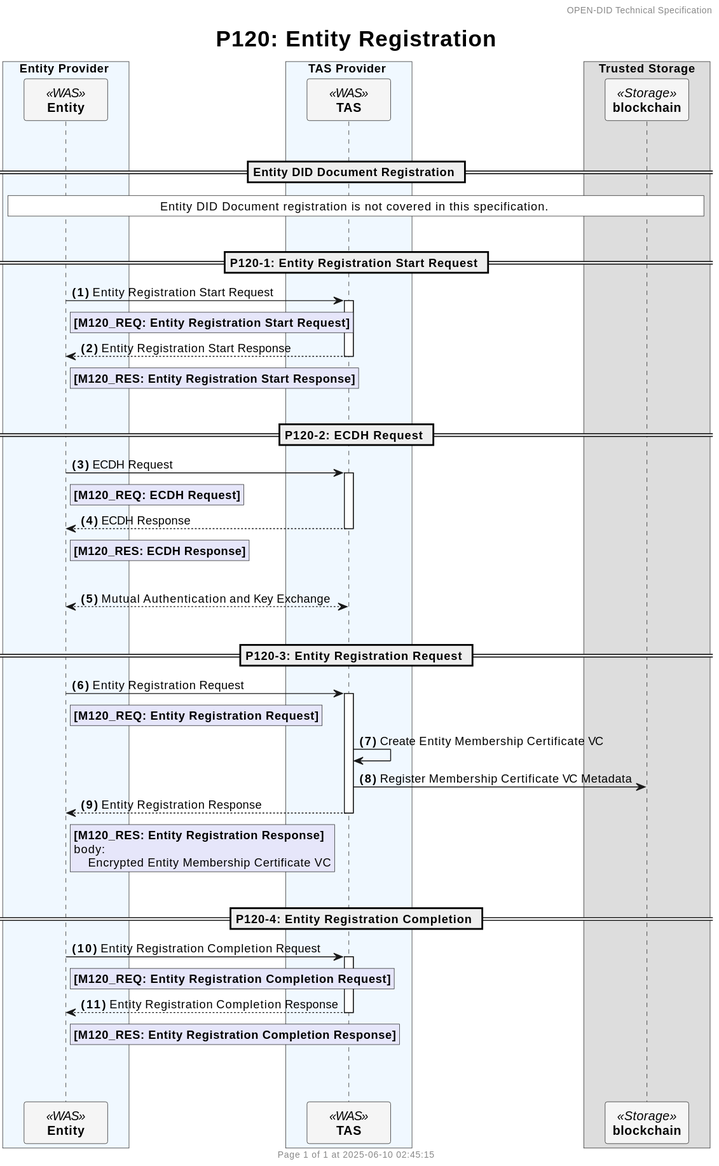
OmniOneID/did-doc-architecture keeps this PlantUML diagram as docs/sequence/simple/images/P120_register_entity_simple.svg. Above is the earlier version. Its diagram source:
```plantuml
@startuml
header OPEN-DID Technical Specification
footer
  	Page %page% of %lastpage% at %date("yyyy-MM-dd hh:mm:ss")
end footer

title
	<size:25>P120: Entity Registration</size>
end title

autonumber "<b>(#)</b>"

skinparam ParticipantPadding 20
skinparam BoxPadding 2
skinparam MaxMessageSize 500
skinparam MinClassWidth 80


box Entity Provider #AliceBlue
    participant "**Entity**" as ENT <<WAS>> #WhiteSmoke
end box

box TAS Provider #AliceBlue
    participant "**TAS**" as TAS <<WAS>> #WhiteSmoke
end box

box Trusted Storage
    participant "**blockchain**" as BC <<Storage>> #WhiteSmoke
end box

!$refdoc = "Refer to separate document"
!$doc = "Refer to data specification document"


|||

== Entity DID Document Registration ==
rnote across #white
    Entity DID Document registration is not covered in this specification.
end note

|||

== P120-1: Entity Registration Start Request ==
ENT -> TAS++ : Entity Registration Start Request
rnote right of ENT #Lavender
    **[M120_REQ: Entity Registration Start Request]**
end note

TAS --> ENT--: Entity Registration Start Response
rnote right of ENT #Lavender
    **[M120_RES: Entity Registration Start Response]**
end note

|||
== P120-2: ECDH Request ==
ENT -> TAS++ : ECDH Request
rnote right of ENT #Lavender
    **[M120_REQ: ECDH Request]**
end note

TAS --> ENT--: ECDH Response
rnote right of ENT #Lavender
    **[M120_RES: ECDH Response]**
end note

|||
ENT <--> TAS : Mutual Authentication and Key Exchange

|||
== P120-3: Entity Registration Request ==
ENT -> TAS++ : Entity Registration Request
rnote right of ENT #Lavender
    **[M120_REQ: Entity Registration Request]**
end note

TAS -> TAS: Create Entity Membership Certificate VC
TAS -> BC : Register Membership Certificate VC Metadata

TAS --> ENT--: Entity Registration Response
rnote right of ENT #Lavender
    **[M120_RES: Entity Registration Response]**
    body:
        Encrypted Entity Membership Certificate VC
end note

|||
== P120-4: Entity Registration Completion ==
ENT -> TAS++ : Entity Registration Completion Request
rnote right of ENT #Lavender
    **[M120_REQ: Entity Registration Completion Request]**
end note

TAS --> ENT--: Entity Registration Completion Response
rnote right of ENT #Lavender
    **[M120_RES: Entity Registration Completion Response]**
end note

|||
|||
@enduml
```
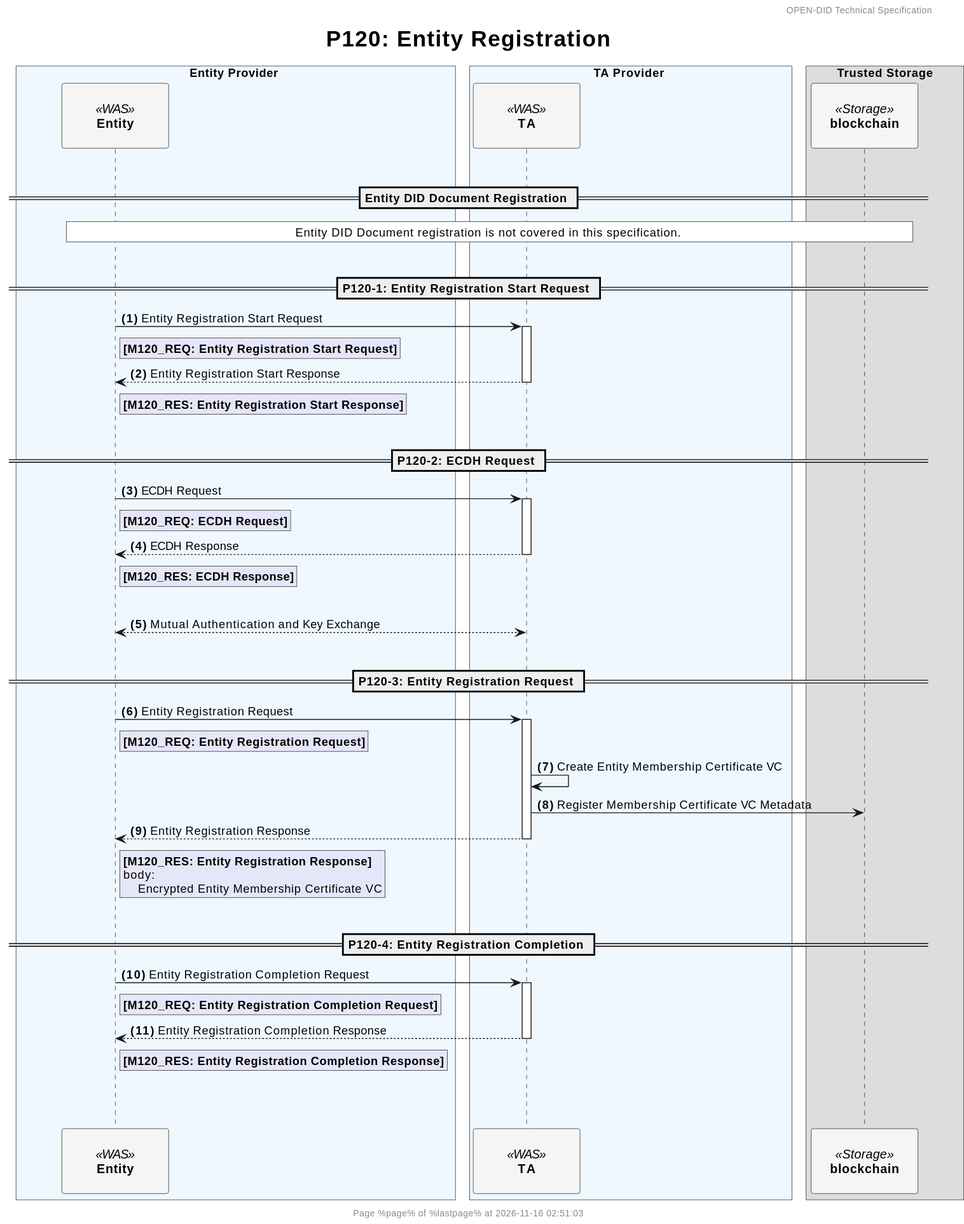
The same file after the commit.

What changed in the source:
```diff
@@ -10,7 +10,11 @@
 
 autonumber "<b>(#)</b>"
 
-skinparam ParticipantPadding 20
+<style>
+participant {
+  Padding 20
+}
+</style>
 skinparam BoxPadding 2
 skinparam MaxMessageSize 500
 skinparam MinClassWidth 80
@@ -20,8 +24,8 @@
     participant "**Entity**" as ENT <<WAS>> #WhiteSmoke
 end box
 
-box TAS Provider #AliceBlue
-    participant "**TAS**" as TAS <<WAS>> #WhiteSmoke
+box TA Provider #AliceBlue
+    participant "**TA**" as TA <<WAS>> #WhiteSmoke
 end box
 
 box Trusted Storage
@@ -42,42 +46,42 @@
 |||
 
 == P120-1: Entity Registration Start Request ==
-ENT -> TAS++ : Entity Registration Start Request
+ENT -> TA++ : Entity Registration Start Request
 rnote right of ENT #Lavender
     **[M120_REQ: Entity Registration Start Request]**
 end note
 
-TAS --> ENT--: Entity Registration Start Response
+TA --> ENT--: Entity Registration Start Response
 rnote right of ENT #Lavender
     **[M120_RES: Entity Registration Start Response]**
 end note
 
 |||
 == P120-2: ECDH Request ==
-ENT -> TAS++ : ECDH Request
+ENT -> TA++ : ECDH Request
 rnote right of ENT #Lavender
     **[M120_REQ: ECDH Request]**
 end note
 
-TAS --> ENT--: ECDH Response
+TA --> ENT--: ECDH Response
 rnote right of ENT #Lavender
     **[M120_RES: ECDH Response]**
 end note
 
 |||
-ENT <--> TAS : Mutual Authentication and Key Exchange
+ENT <--> TA : Mutual Authentication and Key Exchange
 
 |||
 == P120-3: Entity Registration Request ==
-ENT -> TAS++ : Entity Registration Request
+ENT -> TA++ : Entity Registration Request
 rnote right of ENT #Lavender
     **[M120_REQ: Entity Registration Request]**
 end note
 
-TAS -> TAS: Create Entity Membership Certificate VC
-TAS -> BC : Register Membership Certificate VC Metadata
+TA -> TA: Create Entity Membership Certificate VC
+TA -> BC : Register Membership Certificate VC Metadata
 
-TAS --> ENT--: Entity Registration Response
+TA --> ENT--: Entity Registration Response
 rnote right of ENT #Lavender
     **[M120_RES: Entity Registration Response]**
     body:
@@ -86,12 +90,12 @@
 
 |||
 == P120-4: Entity Registration Completion ==
-ENT -> TAS++ : Entity Registration Completion Request
+ENT -> TA++ : Entity Registration Completion Request
 rnote right of ENT #Lavender
     **[M120_REQ: Entity Registration Completion Request]**
 end note
 
-TAS --> ENT--: Entity Registration Completion Response
+TA --> ENT--: Entity Registration Completion Response
 rnote right of ENT #Lavender
     **[M120_RES: Entity Registration Completion Response]**
 end note
```
